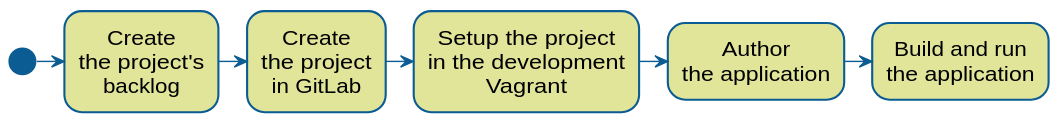
nemonik/hands-on-DevOps keeps this PlantUML diagram as diagrams/helloworld-web-author-unit-tests.svg. Above is the earlier version. The source it was exported from:
```plantuml
@startuml
skinparam shadowing false

skinparam title {
  FontStyle "Thin"
  FontSize 30
}

skinparam activity {
  BorderColor #0B5C92
  BackgroundColor #e0e59a
  FontStyle "Thin"
  FontSize 15
}

skinparam activityDiamond {
  BorderColor #0B5C92
  BackgroundColor #e0e59a
  FontStyle "Thin"
  FontSize 15
}

skinparam activityStart {
  Color #0B5C92
}

skinparam activityEnd {
  Color #0B5C92
}

skinparam arrow {
  Color #0B5C92
}

skinparam note {
  BorderColor #0B5C92
  BackgroundColor #FEFECE
  FontStyle "Thin"
  FontSize 15
}

(*) -right->”Create\nthe project's\nbacklog”
-right->"Create\nthe project\nin GitLab"
-right->"Setup the project\nin the development\nVagrant"
-right->"Author\nthe application"
-right->"Build and run\nthe application"
@enduml
```
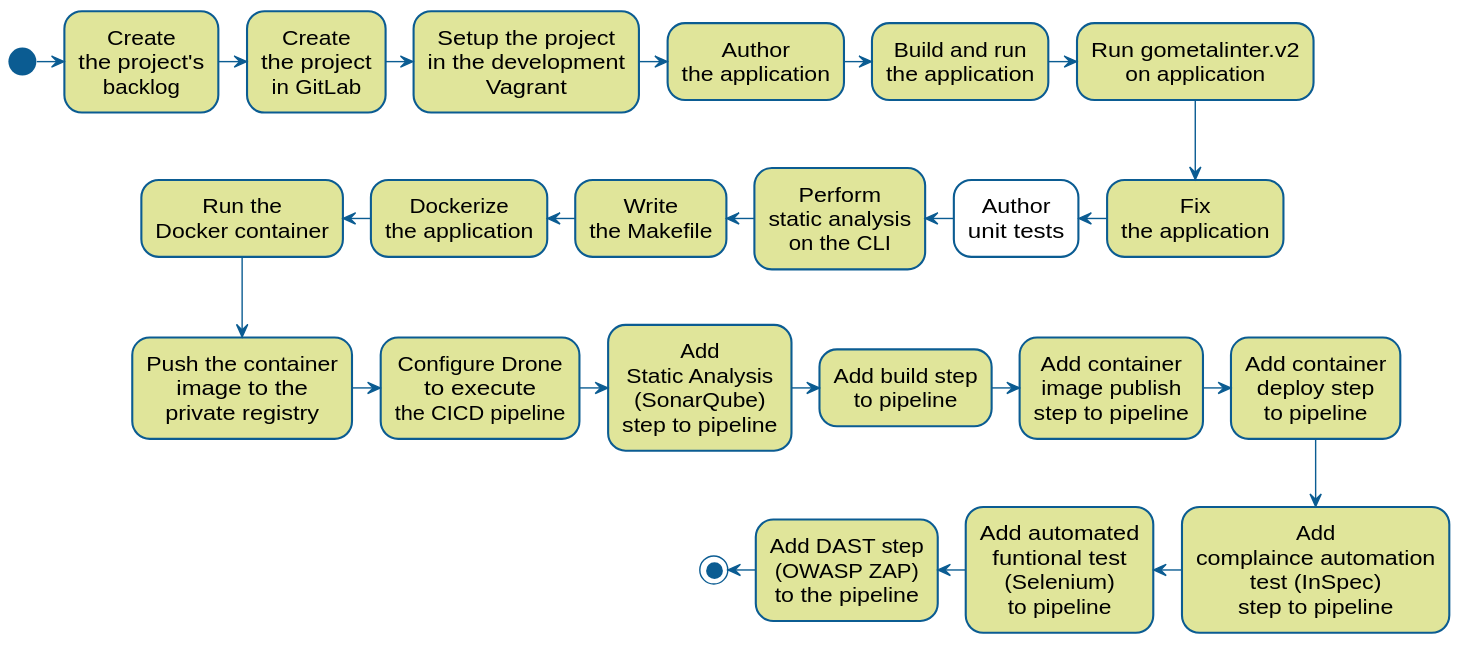
The same file after the commit.

Commit message:
Apply plantuml diagram changes

The edit, as a diff of the source:
```diff
@@ -44,4 +44,22 @@
 -right->"Setup the project\nin the development\nVagrant"
 -right->"Author\nthe application"
 -right->"Build and run\nthe application"
+-right->"Run gometalinter.v2\non application"
+-down->"Fix\nthe application"
+-left->"Author\nunit tests" #FFFFFF
+-left->"Perform\nstatic analysis\non the CLI"
+-left->"Write\nthe Makefile"
+-left->"Dockerize\nthe application"
+-left->"Run the\nDocker container"
+-down->"Push the container\nimage to the\nprivate registry"
+-right->"Configure Drone\nto execute\nthe CICD pipeline"
+-right->"Add\nStatic Analysis\n(SonarQube)\nstep to pipeline"
+-right->"Add build step\nto pipeline"
+-right->"Add container\nimage publish\nstep to pipeline"
+-right->"Add container\ndeploy step\nto pipeline"
+-down->"Add\ncomplaince automation\ntest (InSpec)\nstep to pipeline"
+-left->"Add automated\nfuntional test\n(Selenium)\nto pipeline"
+-left->"Add DAST step\n(OWASP ZAP)\nto the pipeline"
+-left-> (*)
+
 @enduml
```
